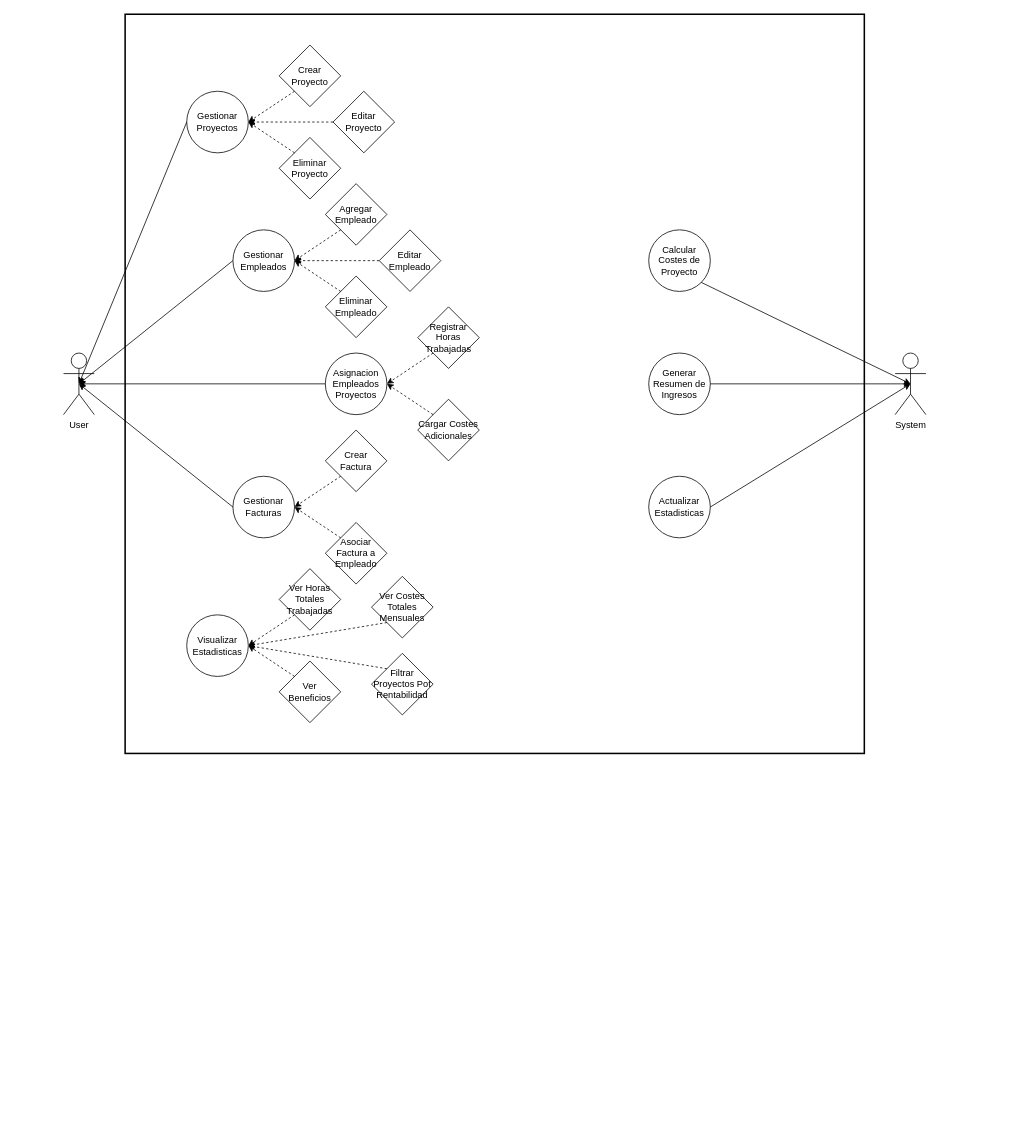
juangc-zip/dam-2-data keeps this draw.io diagram as 🟠┃desarrollo-interfaces/➊⟧ trimestre/proyecto-trimestral/diagrama-casos-uso/DI-TRI1-Poryecto-Diagrama-Casos-Uso.drawio. Above is the earlier version. Source tidied: cells renumbered, new cells numbered last; positions are measured from the earlier drawing's top-left corner, leaving out a move shared by most shapes. Both pictures are drawn from the tidied source at 77%, with x=0, y=0 at pixel (63, 14).
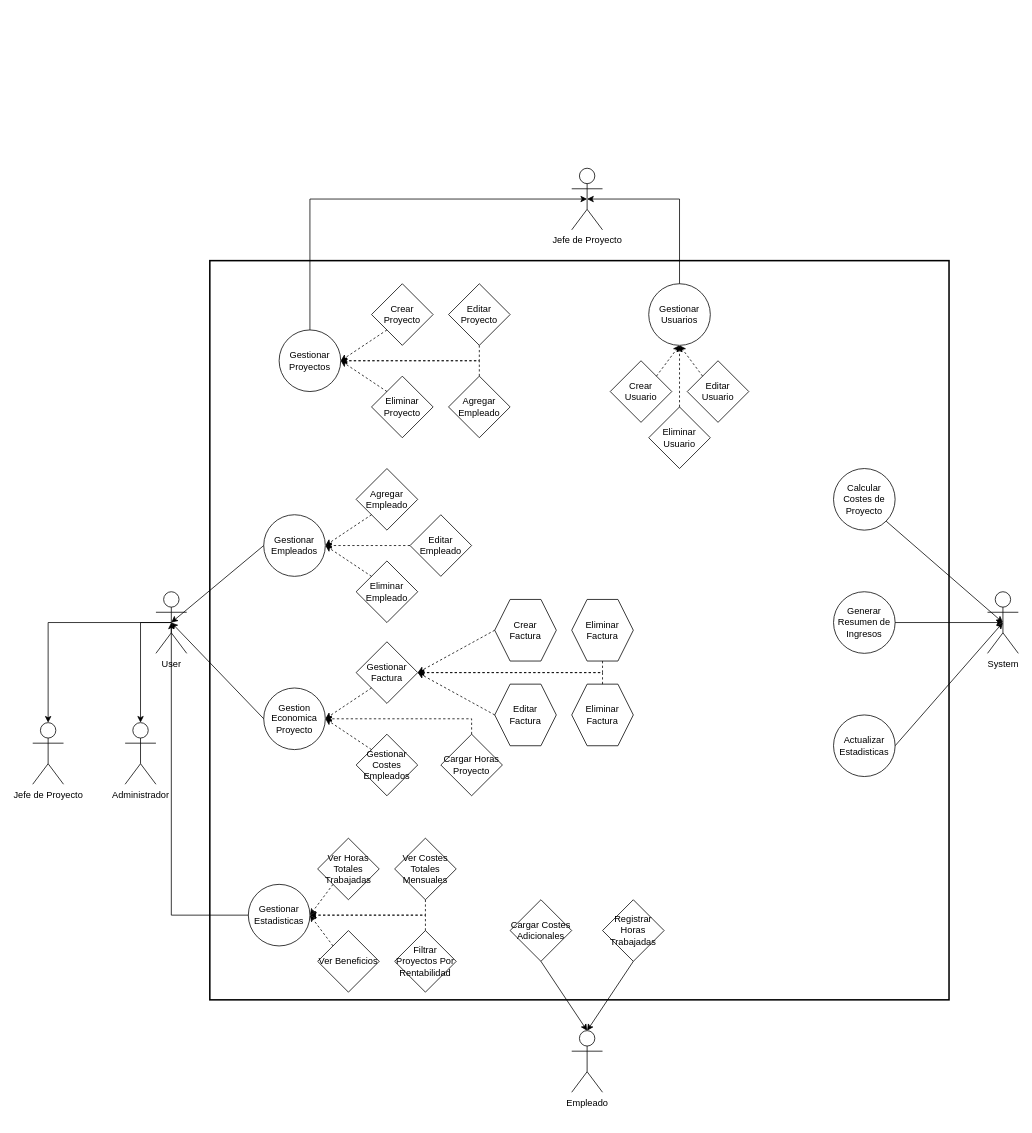
Above is the later version.

Diff of the diagram source:
```diff
@@
     <mxCell id="2" value="User" style="shape=umlActor;verticalLabelPosition=bottom;verticalAlign=top;html=1;outlineConnect=0;" parent="1" vertex="1">
-      <mxGeometry y="440" width="40" height="80" as="geometry" />
+      <mxGeometry x="120" y="750" width="40" height="80" as="geometry" />
     </mxCell>
     <mxCell id="3" style="rounded=0;whiteSpace=wrap;html=1;fillColor=none;strokeWidth=2;" parent="1" vertex="1">
-      <mxGeometry x="80" width="960" height="960" as="geometry" />
+      <mxGeometry x="190" y="320" width="960" height="960" as="geometry" />
     </mxCell>
     <mxCell id="4" value="&lt;div&gt;System&lt;/div&gt;" style="shape=umlActor;verticalLabelPosition=bottom;verticalAlign=top;html=1;outlineConnect=0;" parent="1" vertex="1">
-      <mxGeometry x="1080" y="440" width="40" height="80" as="geometry" />
+      <mxGeometry x="1200" y="750" width="40" height="80" as="geometry" />
     </mxCell>
     <mxCell id="5" value="Gestionar&lt;br&gt;Proyectos" style="ellipse;whiteSpace=wrap;html=1;" parent="1" vertex="1">
-      <mxGeometry x="160" y="100" width="80" height="80" as="geometry" />
+      <mxGeometry x="280" y="410" width="80" height="80" as="geometry" />
     </mxCell>
     <mxCell id="6" value="Gestionar&lt;br&gt;&lt;div&gt;Empleados&lt;/div&gt;" style="ellipse;whiteSpace=wrap;html=1;" parent="1" vertex="1">
-      <mxGeometry x="220" y="280" width="80" height="80" as="geometry" />
+      <mxGeometry x="260" y="650" width="80" height="80" as="geometry" />
     </mxCell>
-    <mxCell id="7" value="Asignacion&lt;br&gt;Empleados&lt;br&gt;Proyectos" style="ellipse;whiteSpace=wrap;html=1;" parent="1" vertex="1">
-      <mxGeometry x="340" y="440" width="80" height="80" as="geometry" />
-    </mxCell>
-    <mxCell id="8" value="Gestionar Facturas" style="ellipse;whiteSpace=wrap;html=1;" parent="1" vertex="1">
-      <mxGeometry x="220" y="600" width="80" height="80" as="geometry" />
+    <mxCell id="8" value="Gestion Economica Proyecto" style="ellipse;whiteSpace=wrap;html=1;" parent="1" vertex="1">
+      <mxGeometry x="260" y="875" width="80" height="80" as="geometry" />
     </mxCell>
     <mxCell id="9" value="Generar Resumen de Ingresos" style="ellipse;whiteSpace=wrap;html=1;" parent="1" vertex="1">
-      <mxGeometry x="760" y="440" width="80" height="80" as="geometry" />
+      <mxGeometry x="1000" y="750" width="80" height="80" as="geometry" />
     </mxCell>
     <mxCell id="10" value="Calcular Costes de Proyecto" style="ellipse;whiteSpace=wrap;html=1;" parent="1" vertex="1">
-      <mxGeometry x="760" y="280" width="80" height="80" as="geometry" />
+      <mxGeometry x="1000" y="590" width="80" height="80" as="geometry" />
     </mxCell>
     <mxCell id="11" value="Actualizar Estadisticas" style="ellipse;whiteSpace=wrap;html=1;" parent="1" vertex="1">
-      <mxGeometry x="760" y="600" width="80" height="80" as="geometry" />
+      <mxGeometry x="1000" y="910" width="80" height="80" as="geometry" />
     </mxCell>
@@
-    <mxCell id="15" style="endArrow=classic;html=1;rounded=0;exitX=0;exitY=0.5;exitDx=0;exitDy=0;entryX=0.5;entryY=0.5;entryDx=0;entryDy=0;entryPerimeter=0;" parent="1" edge="1" source="5" target="2">
-      <mxGeometry relative="1" as="geometry" />
-    </mxCell>
@@
-    <mxCell id="17" style="endArrow=classic;html=1;rounded=0;exitX=0;exitY=0.5;exitDx=0;exitDy=0;entryX=0.5;entryY=0.5;entryDx=0;entryDy=0;entryPerimeter=0;" parent="1" edge="1" source="7" target="2">
-      <mxGeometry relative="1" as="geometry" />
-    </mxCell>
@@
     <mxCell id="19" value="Crear Proyecto" style="rhombus;whiteSpace=wrap;html=1;" parent="1" vertex="1">
-      <mxGeometry x="280" y="40" width="80" height="80" as="geometry" />
+      <mxGeometry x="400" y="350" width="80" height="80" as="geometry" />
     </mxCell>
     <mxCell id="20" value="Editar Proyecto" style="rhombus;whiteSpace=wrap;html=1;" parent="1" vertex="1">
-      <mxGeometry x="350" y="100" width="80" height="80" as="geometry" />
+      <mxGeometry x="500" y="350" width="80" height="80" as="geometry" />
     </mxCell>
     <mxCell id="21" value="Eliminar Proyecto" style="rhombus;whiteSpace=wrap;html=1;" parent="1" vertex="1">
-      <mxGeometry x="280" y="160" width="80" height="80" as="geometry" />
+      <mxGeometry x="400" y="470" width="80" height="80" as="geometry" />
     </mxCell>
@@
-    <mxCell id="23" style="endArrow=classic;html=1;rounded=0;dashed=1;entryX=1;entryY=0.5;entryDx=0;entryDy=0;exitX=0;exitY=0.5;exitDx=0;exitDy=0;" parent="1" edge="1" source="20" target="5">
-      <mxGeometry relative="1" as="geometry" />
+    <mxCell id="23" style="endArrow=classic;html=1;rounded=0;dashed=1;entryX=1;entryY=0.5;entryDx=0;entryDy=0;exitX=0.5;exitY=1;exitDx=0;exitDy=0;" parent="1" edge="1" source="20" target="5">
+      <mxGeometry relative="1" as="geometry">
+        <Array as="points">
+          <mxPoint x="540" y="450" />
+        </Array>
+      </mxGeometry>
     </mxCell>
@@
     <mxCell id="25" value="Agregar Empleado" style="rhombus;whiteSpace=wrap;html=1;" parent="1" vertex="1">
-      <mxGeometry x="340" y="220" width="80" height="80" as="geometry" />
+      <mxGeometry x="380" y="590" width="80" height="80" as="geometry" />
     </mxCell>
     <mxCell id="26" value="Eliminar Empleado" style="rhombus;whiteSpace=wrap;html=1;" parent="1" vertex="1">
-      <mxGeometry x="340" y="340" width="80" height="80" as="geometry" />
+      <mxGeometry x="380" y="710" width="80" height="80" as="geometry" />
     </mxCell>
     <mxCell id="27" value="Editar Empleado" style="rhombus;whiteSpace=wrap;html=1;" parent="1" vertex="1">
-      <mxGeometry x="410" y="280" width="80" height="80" as="geometry" />
+      <mxGeometry x="450" y="650" width="80" height="80" as="geometry" />
     </mxCell>
@@
-    <mxCell id="30" style="endArrow=classic;html=1;rounded=0;dashed=1;exitX=0;exitY=0.5;exitDx=0;exitDy=0;" parent="1" edge="1" source="27">
-      <mxGeometry relative="1" as="geometry">
-        <mxPoint x="300" y="320" as="targetPoint" />
-      </mxGeometry>
+    <mxCell id="30" style="endArrow=classic;html=1;rounded=0;dashed=1;exitX=0;exitY=0.5;exitDx=0;exitDy=0;entryX=1;entryY=0.5;entryDx=0;entryDy=0;" parent="1" edge="1" source="27" target="6">
+      <mxGeometry relative="1" as="geometry" />
     </mxCell>
-    <mxCell id="31" value="Registrar Horas Trabajadas" style="rhombus;whiteSpace=wrap;html=1;" parent="1" vertex="1">
-      <mxGeometry x="460" y="380" width="80" height="80" as="geometry" />
-    </mxCell>
-    <mxCell id="32" value="Cargar Costes Adicionales" style="rhombus;whiteSpace=wrap;html=1;" parent="1" vertex="1">
-      <mxGeometry x="460" y="500" width="80" height="80" as="geometry" />
-    </mxCell>
-    <mxCell id="33" style="endArrow=classic;html=1;rounded=0;dashed=1;entryX=1;entryY=0.5;entryDx=0;entryDy=0;exitX=0;exitY=1;exitDx=0;exitDy=0;" parent="1" edge="1" source="31" target="7">
-      <mxGeometry relative="1" as="geometry" />
-    </mxCell>
-    <mxCell id="34" style="endArrow=classic;html=1;rounded=0;dashed=1;entryX=1;entryY=0.5;entryDx=0;entryDy=0;exitX=0;exitY=0;exitDx=0;exitDy=0;" parent="1" edge="1" source="32" target="7">
-      <mxGeometry relative="1" as="geometry" />
-    </mxCell>
-    <mxCell id="35" value="Crear&lt;br&gt;Factura" style="rhombus;whiteSpace=wrap;html=1;" parent="1" vertex="1">
-      <mxGeometry x="340" y="540" width="80" height="80" as="geometry" />
+    <mxCell id="35" value="&lt;div&gt;Gestionar Factura&lt;/div&gt;" style="rhombus;whiteSpace=wrap;html=1;" parent="1" vertex="1">
+      <mxGeometry x="380" y="815" width="80" height="80" as="geometry" />
     </mxCell>
-    <mxCell id="36" value="Asociar Factura a Empleado" style="rhombus;whiteSpace=wrap;html=1;" parent="1" vertex="1">
-      <mxGeometry x="340" y="660" width="80" height="80" as="geometry" />
+    <mxCell id="36" value="Gestionar Costes Empleados" style="rhombus;whiteSpace=wrap;html=1;" parent="1" vertex="1">
+      <mxGeometry x="380" y="935" width="80" height="80" as="geometry" />
     </mxCell>
@@
-    <mxCell id="39" value="Visualizar Estadisticas" style="ellipse;whiteSpace=wrap;html=1;" parent="1" vertex="1">
-      <mxGeometry x="160" y="780" width="80" height="80" as="geometry" />
+    <mxCell id="39" value="Gestionar Estadisticas" style="ellipse;whiteSpace=wrap;html=1;" parent="1" vertex="1">
+      <mxGeometry x="240" y="1130" width="80" height="80" as="geometry" />
     </mxCell>
+    <mxCell id="48" style="endArrow=classic;html=1;rounded=0;entryX=0.5;entryY=0.5;entryDx=0;entryDy=0;entryPerimeter=0;" parent="1" edge="1" target="2">
+      <mxGeometry relative="1" as="geometry">
+        <mxPoint x="240" y="1170" as="sourcePoint" />
+        <Array as="points">
+          <mxPoint x="140" y="1170" />
+        </Array>
+      </mxGeometry>
+    </mxCell>
+    <mxCell id="49" value="&lt;div&gt;Empleado&lt;/div&gt;&lt;div&gt;&lt;br&gt;&lt;/div&gt;" style="shape=umlActor;verticalLabelPosition=bottom;verticalAlign=top;html=1;outlineConnect=0;" parent="1" vertex="1">
+      <mxGeometry x="660" y="1320" width="40" height="80" as="geometry" />
+    </mxCell>
+    <mxCell id="31" value="Registrar Horas Trabajadas" style="rhombus;whiteSpace=wrap;html=1;" parent="1" vertex="1">
+      <mxGeometry x="700" y="1150" width="80" height="80" as="geometry" />
+    </mxCell>
+    <mxCell id="32" value="Cargar Costes Adicionales" style="rhombus;whiteSpace=wrap;html=1;" parent="1" vertex="1">
+      <mxGeometry x="580" y="1150" width="80" height="80" as="geometry" />
+    </mxCell>
+    <mxCell id="50" style="endArrow=classic;html=1;rounded=0;exitX=0.5;exitY=1;exitDx=0;exitDy=0;entryX=0.5;entryY=0;entryDx=0;entryDy=0;entryPerimeter=0;" parent="1" edge="1" source="32" target="49">
+      <mxGeometry relative="1" as="geometry" />
+    </mxCell>
+    <mxCell id="51" style="endArrow=classic;html=1;rounded=0;exitX=0.5;exitY=1;exitDx=0;exitDy=0;entryX=0.5;entryY=0;entryDx=0;entryDy=0;entryPerimeter=0;" parent="1" edge="1" source="31" target="49">
+      <mxGeometry relative="1" as="geometry" />
+    </mxCell>
+    <mxCell id="52" value="&lt;div&gt;Jefe de Proyecto&lt;/div&gt;" style="shape=umlActor;verticalLabelPosition=bottom;verticalAlign=top;html=1;outlineConnect=0;" parent="1" vertex="1">
+      <mxGeometry x="660" y="200" width="40" height="80" as="geometry" />
+    </mxCell>
+    <mxCell id="53" value="Administrador" style="shape=umlActor;verticalLabelPosition=bottom;verticalAlign=top;html=1;outlineConnect=0;" parent="1" vertex="1">
+      <mxGeometry x="80" y="920" width="40" height="80" as="geometry" />
+    </mxCell>
+    <mxCell id="54" value="Gestionar&lt;br&gt;Usuarios" style="ellipse;whiteSpace=wrap;html=1;" parent="1" vertex="1">
+      <mxGeometry x="760" y="350" width="80" height="80" as="geometry" />
+    </mxCell>
+    <mxCell id="55" value="Agregar Empleado" style="rhombus;whiteSpace=wrap;html=1;" parent="1" vertex="1">
+      <mxGeometry x="500" y="470" width="80" height="80" as="geometry" />
+    </mxCell>
+    <mxCell id="56" style="endArrow=classic;html=1;rounded=0;dashed=1;entryX=1;entryY=0.5;entryDx=0;entryDy=0;exitX=0.5;exitY=0;exitDx=0;exitDy=0;" parent="1" edge="1" source="55" target="5">
+      <mxGeometry relative="1" as="geometry">
+        <Array as="points">
+          <mxPoint x="540" y="450" />
+        </Array>
+      </mxGeometry>
+    </mxCell>
+    <mxCell id="57" value="Crear&lt;br&gt;Factura" style="shape=hexagon;perimeter=hexagonPerimeter2;whiteSpace=wrap;html=1;fixedSize=1;" parent="1" vertex="1">
+      <mxGeometry x="560" y="760" width="80" height="80" as="geometry" />
+    </mxCell>
+    <mxCell id="58" value="Eliminar Factura" style="shape=hexagon;perimeter=hexagonPerimeter2;whiteSpace=wrap;html=1;fixedSize=1;" parent="1" vertex="1">
+      <mxGeometry x="660" y="760" width="80" height="80" as="geometry" />
+    </mxCell>
+    <mxCell id="59" value="Editar&lt;br&gt;Factura" style="shape=hexagon;perimeter=hexagonPerimeter2;whiteSpace=wrap;html=1;fixedSize=1;" parent="1" vertex="1">
+      <mxGeometry x="560" y="870" width="80" height="80" as="geometry" />
+    </mxCell>
+    <mxCell id="60" style="endArrow=classic;html=1;rounded=0;dashed=1;entryX=1;entryY=0.5;entryDx=0;entryDy=0;exitX=0;exitY=0.5;exitDx=0;exitDy=0;" parent="1" edge="1" source="57" target="35">
+      <mxGeometry relative="1" as="geometry" />
+    </mxCell>
+    <mxCell id="61" style="endArrow=classic;html=1;rounded=0;dashed=1;entryX=1;entryY=0.5;entryDx=0;entryDy=0;exitX=0.5;exitY=1;exitDx=0;exitDy=0;" parent="1" edge="1" source="58" target="35">
+      <mxGeometry relative="1" as="geometry">
+        <Array as="points">
+          <mxPoint x="700" y="855" />
+        </Array>
+      </mxGeometry>
+    </mxCell>
+    <mxCell id="62" style="endArrow=classic;html=1;rounded=0;dashed=1;entryX=1;entryY=0.5;entryDx=0;entryDy=0;exitX=0;exitY=0.5;exitDx=0;exitDy=0;" parent="1" edge="1" source="59" target="35">
+      <mxGeometry relative="1" as="geometry" />
+    </mxCell>
+    <mxCell id="63" value="Cargar Horas Proyecto" style="rhombus;whiteSpace=wrap;html=1;" parent="1" vertex="1">
+      <mxGeometry x="490" y="935" width="80" height="80" as="geometry" />
+    </mxCell>
+    <mxCell id="64" style="endArrow=classic;html=1;rounded=0;dashed=1;entryX=1;entryY=0.5;entryDx=0;entryDy=0;exitX=0.5;exitY=0;exitDx=0;exitDy=0;" parent="1" edge="1" source="63" target="8">
+      <mxGeometry relative="1" as="geometry">
+        <Array as="points">
+          <mxPoint x="530" y="915" />
+        </Array>
+      </mxGeometry>
+    </mxCell>
+    <mxCell id="65" value="Crear &lt;br&gt;Usuario" style="rhombus;whiteSpace=wrap;html=1;" parent="1" vertex="1">
+      <mxGeometry x="710" y="450" width="80" height="80" as="geometry" />
+    </mxCell>
+    <mxCell id="66" value="Editar &lt;br&gt;Usuario" style="rhombus;whiteSpace=wrap;html=1;" parent="1" vertex="1">
+      <mxGeometry x="810" y="450" width="80" height="80" as="geometry" />
+    </mxCell>
+    <mxCell id="67" value="Eliminar &lt;br&gt;Usuario" style="rhombus;whiteSpace=wrap;html=1;" parent="1" vertex="1">
+      <mxGeometry x="760" y="510" width="80" height="80" as="geometry" />
+    </mxCell>
+    <mxCell id="68" style="endArrow=classic;html=1;rounded=0;exitX=0.5;exitY=0;exitDx=0;exitDy=0;entryX=0.5;entryY=0.5;entryDx=0;entryDy=0;entryPerimeter=0;" parent="1" edge="1" source="54" target="52">
+      <mxGeometry relative="1" as="geometry">
+        <Array as="points">
+          <mxPoint x="800" y="240" />
+        </Array>
+      </mxGeometry>
+    </mxCell>
+    <mxCell id="69" style="endArrow=classic;html=1;rounded=0;dashed=1;entryX=0.5;entryY=1;entryDx=0;entryDy=0;exitX=1;exitY=0;exitDx=0;exitDy=0;" parent="1" edge="1" source="65" target="54">
+      <mxGeometry relative="1" as="geometry" />
+    </mxCell>
+    <mxCell id="70" style="endArrow=classic;html=1;rounded=0;dashed=1;entryX=0.5;entryY=1;entryDx=0;entryDy=0;exitX=0;exitY=0;exitDx=0;exitDy=0;" parent="1" edge="1" source="66" target="54">
+      <mxGeometry relative="1" as="geometry" />
+    </mxCell>
+    <mxCell id="71" style="endArrow=classic;html=1;rounded=0;dashed=1;entryX=0.5;entryY=1;entryDx=0;entryDy=0;exitX=0.5;exitY=0;exitDx=0;exitDy=0;" parent="1" edge="1" source="67" target="54">
+      <mxGeometry relative="1" as="geometry" />
+    </mxCell>
+    <mxCell id="72" value="Eliminar Factura" style="shape=hexagon;perimeter=hexagonPerimeter2;whiteSpace=wrap;html=1;fixedSize=1;" parent="1" vertex="1">
+      <mxGeometry x="660" y="870" width="80" height="80" as="geometry" />
+    </mxCell>
+    <mxCell id="73" style="endArrow=classic;html=1;rounded=0;exitX=0.5;exitY=0;exitDx=0;exitDy=0;entryX=0.5;entryY=0.5;entryDx=0;entryDy=0;entryPerimeter=0;" parent="1" edge="1" source="5" target="52">
+      <mxGeometry relative="1" as="geometry">
+        <Array as="points">
+          <mxPoint x="320" y="240" />
+        </Array>
+      </mxGeometry>
+    </mxCell>
+    <mxCell id="74" style="endArrow=classic;html=1;rounded=0;dashed=1;entryX=1;entryY=0.5;entryDx=0;entryDy=0;exitX=0.5;exitY=0;exitDx=0;exitDy=0;" parent="1" edge="1" source="72" target="35">
+      <mxGeometry relative="1" as="geometry">
+        <Array as="points">
+          <mxPoint x="700" y="855" />
+        </Array>
+      </mxGeometry>
+    </mxCell>
+    <mxCell id="75" value="Jefe de Proyecto" style="shape=umlActor;verticalLabelPosition=bottom;verticalAlign=top;html=1;outlineConnect=0;" parent="1" vertex="1">
+      <mxGeometry x="-40" y="920" width="40" height="80" as="geometry" />
+    </mxCell>
+    <mxCell id="76" style="endArrow=classic;html=1;rounded=0;exitX=0.5;exitY=0.5;exitDx=0;exitDy=0;exitPerimeter=0;entryX=0.5;entryY=0;entryDx=0;entryDy=0;entryPerimeter=0;" parent="1" edge="1" source="2" target="75">
+      <mxGeometry relative="1" as="geometry">
+        <Array as="points">
+          <mxPoint x="-20" y="790" />
+        </Array>
+      </mxGeometry>
+    </mxCell>
+    <mxCell id="77" style="endArrow=classic;html=1;rounded=0;exitX=0.5;exitY=0.5;exitDx=0;exitDy=0;exitPerimeter=0;entryX=0.5;entryY=0;entryDx=0;entryDy=0;entryPerimeter=0;" parent="1" edge="1" source="2" target="53">
+      <mxGeometry relative="1" as="geometry">
+        <Array as="points">
+          <mxPoint x="100" y="790" />
+        </Array>
+      </mxGeometry>
+    </mxCell>
     <mxCell id="40" value="Ver Horas Totales Trabajadas" style="rhombus;whiteSpace=wrap;html=1;" parent="1" vertex="1">
-      <mxGeometry x="280" y="720" width="80" height="80" as="geometry" />
+      <mxGeometry x="330" y="1070" width="80" height="80" as="geometry" />
     </mxCell>
+    <mxCell id="43" value="Ver Costes Totales Mensuales" style="rhombus;whiteSpace=wrap;html=1;" parent="1" vertex="1">
+      <mxGeometry x="430" y="1070" width="80" height="80" as="geometry" />
+    </mxCell>
-    <mxCell id="41" value="Ver&lt;br&gt;Beneficios" style="rhombus;whiteSpace=wrap;html=1;" parent="1" vertex="1">
-      <mxGeometry x="280" y="840" width="80" height="80" as="geometry" />
+    <mxCell id="41" value="Ver Beneficios" style="rhombus;whiteSpace=wrap;html=1;" parent="1" vertex="1">
+      <mxGeometry x="330" y="1190" width="80" height="80" as="geometry" />
     </mxCell>
-    <mxCell id="42" value="&lt;div&gt;Filtrar Proyectos Pot&lt;/div&gt;&lt;div&gt;Rentabilidad&lt;br&gt;&lt;/div&gt;" style="rhombus;whiteSpace=wrap;html=1;" parent="1" vertex="1">
-      <mxGeometry x="400" y="830" width="80" height="80" as="geometry" />
-    </mxCell>
-    <mxCell id="43" value="Ver Costes Totales Mensuales" style="rhombus;whiteSpace=wrap;html=1;" parent="1" vertex="1">
-      <mxGeometry x="400" y="730" width="80" height="80" as="geometry" />
-    </mxCell>
+    <mxCell id="78" value="Filtrar Proyectos Por Rentabilidad" style="rhombus;whiteSpace=wrap;html=1;" parent="1" vertex="1">
+      <mxGeometry x="430" y="1190" width="80" height="80" as="geometry" />
+    </mxCell>
+    <mxCell id="46" style="endArrow=classic;html=1;rounded=0;dashed=1;entryX=1;entryY=0.5;entryDx=0;entryDy=0;exitX=0.5;exitY=1;exitDx=0;exitDy=0;" parent="1" edge="1" source="43" target="39">
+      <mxGeometry relative="1" as="geometry">
+        <Array as="points">
+          <mxPoint x="470" y="1170" />
+        </Array>
+      </mxGeometry>
+    </mxCell>
+    <mxCell id="79" style="endArrow=classic;html=1;rounded=0;dashed=1;entryX=1;entryY=0.5;entryDx=0;entryDy=0;exitX=0.5;exitY=0;exitDx=0;exitDy=0;" parent="1" edge="1" source="78" target="39">
+      <mxGeometry relative="1" as="geometry">
+        <Array as="points">
+          <mxPoint x="470" y="1170" />
+        </Array>
+      </mxGeometry>
+    </mxCell>
+    <mxCell id="45" style="endArrow=classic;html=1;rounded=0;dashed=1;entryX=1;entryY=0.5;entryDx=0;entryDy=0;exitX=0;exitY=0;exitDx=0;exitDy=0;" parent="1" edge="1" source="41" target="39">
+      <mxGeometry relative="1" as="geometry" />
+    </mxCell>
@@
-    <mxCell id="45" style="endArrow=classic;html=1;rounded=0;dashed=1;entryX=1;entryY=0.5;entryDx=0;entryDy=0;exitX=0;exitY=0;exitDx=0;exitDy=0;" parent="1" edge="1" source="41" target="39">
-      <mxGeometry relative="1" as="geometry" />
-    </mxCell>
-    <mxCell id="46" style="endArrow=classic;html=1;rounded=0;dashed=1;entryX=1;entryY=0.5;entryDx=0;entryDy=0;exitX=0;exitY=1;exitDx=0;exitDy=0;" parent="1" edge="1" source="43" target="39">
-      <mxGeometry relative="1" as="geometry" />
-    </mxCell>
-    <mxCell id="47" style="endArrow=classic;html=1;rounded=0;dashed=1;entryX=1;entryY=0.5;entryDx=0;entryDy=0;exitX=0;exitY=0;exitDx=0;exitDy=0;" parent="1" edge="1" source="42" target="39">
-      <mxGeometry relative="1" as="geometry" />
-    </mxCell>
```
